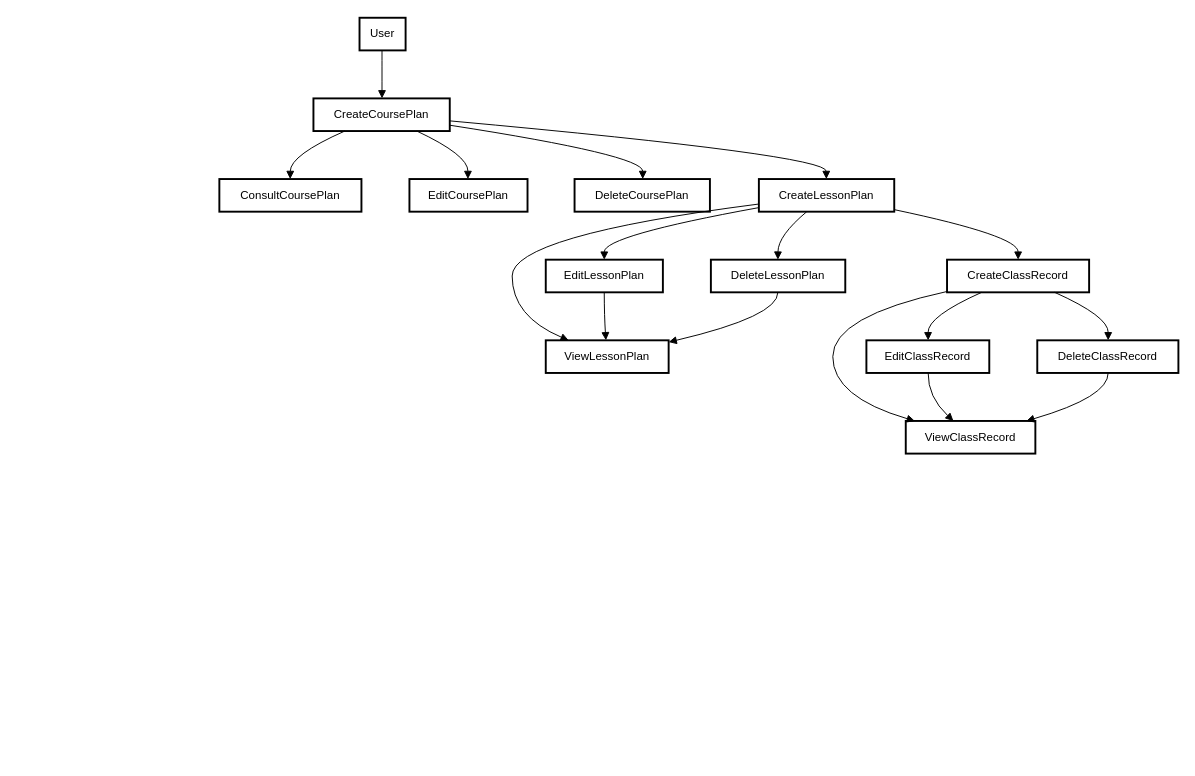
Before: casos de uso 2.drawio in DjalmaANeto/modelagem-planos-de-curso-aula, a draw.io diagram. Source tidied: cells renumbered, new cells numbered last; positions are measured from the earlier drawing's top-left corner, leaving out a move shared by most shapes. Both pictures are drawn from the tidied source at 96%, with x=0, y=0 at pixel (219, 17).
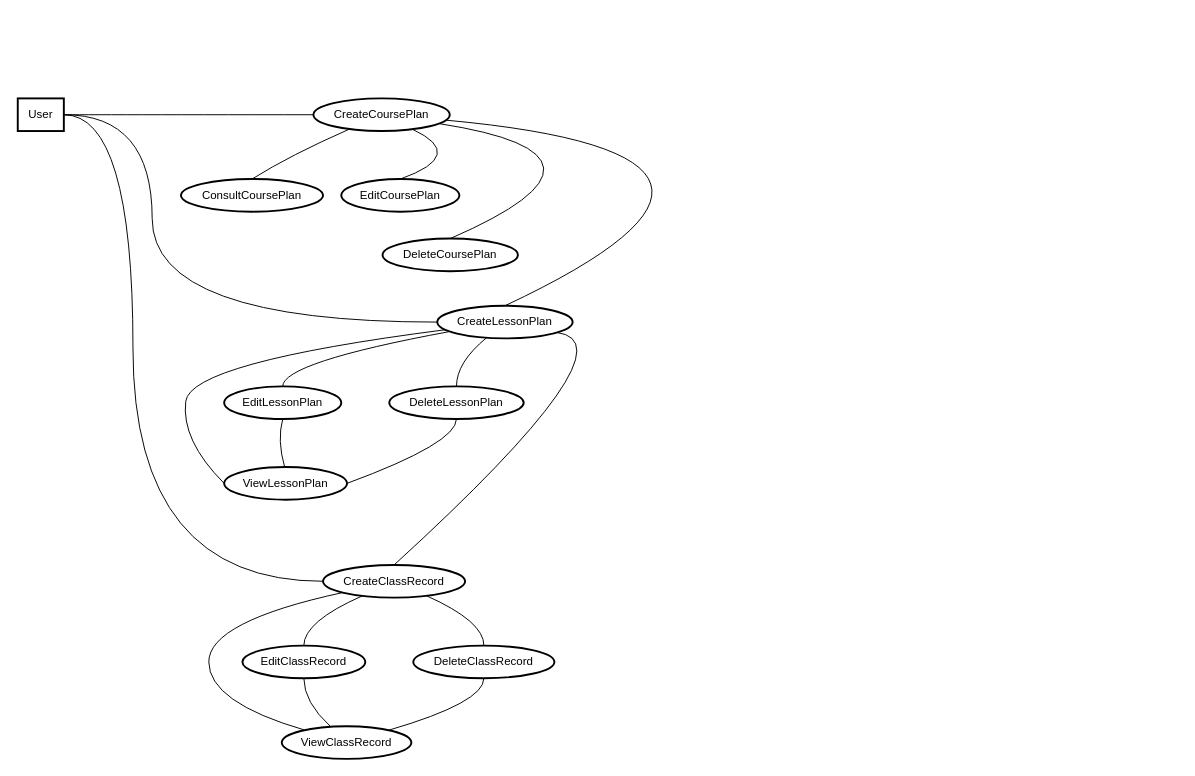
Above is the later version.

The edit, as a diff of the source:
```diff
@@
+    <mxCell id="31" style="edgeStyle=orthogonalEdgeStyle;rounded=0;jettySize=auto;html=1;entryX=0;entryY=0.5;entryDx=0;entryDy=0;curved=1;endArrow=none;endFill=0;" parent="1" edge="1" source="2" target="7">
+      <mxGeometry relative="1" as="geometry">
+        <Array as="points">
+          <mxPoint x="-70" y="101" />
+          <mxPoint x="-70" y="317" />
+        </Array>
+      </mxGeometry>
+    </mxCell>
+    <mxCell id="32" style="edgeStyle=orthogonalEdgeStyle;rounded=0;jettySize=auto;html=1;entryX=0;entryY=0.5;entryDx=0;entryDy=0;curved=1;endArrow=none;endFill=0;" parent="1" edge="1" source="2" target="11">
+      <mxGeometry relative="1" as="geometry">
+        <Array as="points">
+          <mxPoint x="-90" y="101" />
+          <mxPoint x="-90" y="587" />
+        </Array>
+      </mxGeometry>
+    </mxCell>
     <mxCell id="2" value="User" style="whiteSpace=wrap;strokeWidth=2;" parent="1" vertex="1">
-      <mxGeometry x="146" width="48" height="34" as="geometry" />
+      <mxGeometry x="-210" y="84" width="48" height="34" as="geometry" />
     </mxCell>
-    <mxCell id="3" value="CreateCoursePlan" style="whiteSpace=wrap;strokeWidth=2;" parent="1" vertex="1">
+    <mxCell id="3" value="CreateCoursePlan" style="ellipse;whiteSpace=wrap;html=1;rounded=0;strokeColor=default;strokeWidth=2;fontFamily=Helvetica;fontSize=12;fontColor=default;fillColor=default;" parent="1" vertex="1">
       <mxGeometry x="98" y="84" width="142" height="34" as="geometry" />
     </mxCell>
-    <mxCell id="4" value="ConsultCoursePlan" style="whiteSpace=wrap;strokeWidth=2;" parent="1" vertex="1">
-      <mxGeometry y="168" width="148" height="34" as="geometry" />
+    <mxCell id="4" value="ConsultCoursePlan" style="ellipse;whiteSpace=wrap;html=1;rounded=0;strokeColor=default;strokeWidth=2;fontFamily=Helvetica;fontSize=12;fontColor=default;fillColor=default;" parent="1" vertex="1">
+      <mxGeometry x="-40" y="168" width="148" height="34" as="geometry" />
     </mxCell>
-    <mxCell id="5" value="EditCoursePlan" style="whiteSpace=wrap;strokeWidth=2;" parent="1" vertex="1">
-      <mxGeometry x="198" y="168" width="123" height="34" as="geometry" />
+    <mxCell id="5" value="EditCoursePlan" style="ellipse;whiteSpace=wrap;html=1;rounded=0;strokeColor=default;strokeWidth=2;fontFamily=Helvetica;fontSize=12;fontColor=default;fillColor=default;" parent="1" vertex="1">
+      <mxGeometry x="127" y="168" width="123" height="34" as="geometry" />
     </mxCell>
-    <mxCell id="6" value="DeleteCoursePlan" style="whiteSpace=wrap;strokeWidth=2;" parent="1" vertex="1">
-      <mxGeometry x="370" y="168" width="141" height="34" as="geometry" />
+    <mxCell id="6" value="DeleteCoursePlan" style="ellipse;whiteSpace=wrap;html=1;rounded=0;strokeColor=default;strokeWidth=2;fontFamily=Helvetica;fontSize=12;fontColor=default;fillColor=default;" parent="1" vertex="1">
+      <mxGeometry x="170" y="230" width="141" height="34" as="geometry" />
     </mxCell>
-    <mxCell id="7" value="CreateLessonPlan" style="whiteSpace=wrap;strokeWidth=2;" parent="1" vertex="1">
-      <mxGeometry x="562" y="168" width="141" height="34" as="geometry" />
+    <mxCell id="7" value="CreateLessonPlan" style="ellipse;whiteSpace=wrap;html=1;rounded=0;strokeColor=default;strokeWidth=2;fontFamily=Helvetica;fontSize=12;fontColor=default;fillColor=default;" parent="1" vertex="1">
+      <mxGeometry x="227" y="300" width="141" height="34" as="geometry" />
     </mxCell>
-    <mxCell id="8" value="ViewLessonPlan" style="whiteSpace=wrap;strokeWidth=2;" parent="1" vertex="1">
-      <mxGeometry x="340" y="336" width="128" height="34" as="geometry" />
+    <mxCell id="8" value="ViewLessonPlan" style="ellipse;whiteSpace=wrap;html=1;rounded=0;strokeColor=default;strokeWidth=2;fontFamily=Helvetica;fontSize=12;fontColor=default;fillColor=default;" parent="1" vertex="1">
+      <mxGeometry x="5" y="468" width="128" height="34" as="geometry" />
     </mxCell>
-    <mxCell id="9" value="EditLessonPlan" style="whiteSpace=wrap;strokeWidth=2;" parent="1" vertex="1">
-      <mxGeometry x="340" y="252" width="122" height="34" as="geometry" />
+    <mxCell id="9" value="EditLessonPlan" style="ellipse;whiteSpace=wrap;html=1;rounded=0;strokeColor=default;strokeWidth=2;fontFamily=Helvetica;fontSize=12;fontColor=default;fillColor=default;" parent="1" vertex="1">
+      <mxGeometry x="5" y="384" width="122" height="34" as="geometry" />
     </mxCell>
-    <mxCell id="10" value="DeleteLessonPlan" style="whiteSpace=wrap;strokeWidth=2;" parent="1" vertex="1">
-      <mxGeometry x="512" y="252" width="140" height="34" as="geometry" />
+    <mxCell id="10" value="DeleteLessonPlan" style="ellipse;whiteSpace=wrap;html=1;rounded=0;strokeColor=default;strokeWidth=2;fontFamily=Helvetica;fontSize=12;fontColor=default;fillColor=default;" parent="1" vertex="1">
+      <mxGeometry x="177" y="384" width="140" height="34" as="geometry" />
     </mxCell>
-    <mxCell id="11" value="CreateClassRecord" style="whiteSpace=wrap;strokeWidth=2;" parent="1" vertex="1">
-      <mxGeometry x="758" y="252" width="148" height="34" as="geometry" />
+    <mxCell id="11" value="CreateClassRecord" style="ellipse;whiteSpace=wrap;html=1;rounded=0;strokeColor=default;strokeWidth=2;fontFamily=Helvetica;fontSize=12;fontColor=default;fillColor=default;" parent="1" vertex="1">
+      <mxGeometry x="108" y="570" width="148" height="34" as="geometry" />
     </mxCell>
-    <mxCell id="12" value="ViewClassRecord" style="whiteSpace=wrap;strokeWidth=2;" parent="1" vertex="1">
-      <mxGeometry x="715" y="420" width="135" height="34" as="geometry" />
+    <mxCell id="12" value="ViewClassRecord" style="ellipse;whiteSpace=wrap;html=1;rounded=0;strokeColor=default;strokeWidth=2;fontFamily=Helvetica;fontSize=12;fontColor=default;fillColor=default;" parent="1" vertex="1">
+      <mxGeometry x="65" y="738" width="135" height="34" as="geometry" />
     </mxCell>
-    <mxCell id="13" value="EditClassRecord" style="whiteSpace=wrap;strokeWidth=2;" parent="1" vertex="1">
-      <mxGeometry x="674" y="336" width="128" height="34" as="geometry" />
+    <mxCell id="13" value="EditClassRecord" style="ellipse;whiteSpace=wrap;html=1;rounded=0;strokeColor=default;strokeWidth=2;fontFamily=Helvetica;fontSize=12;fontColor=default;fillColor=default;" parent="1" vertex="1">
+      <mxGeometry x="24" y="654" width="128" height="34" as="geometry" />
     </mxCell>
-    <mxCell id="14" value="DeleteClassRecord" style="whiteSpace=wrap;strokeWidth=2;" parent="1" vertex="1">
-      <mxGeometry x="852" y="336" width="147" height="34" as="geometry" />
+    <mxCell id="14" value="DeleteClassRecord" style="ellipse;whiteSpace=wrap;html=1;rounded=0;strokeColor=default;strokeWidth=2;fontFamily=Helvetica;fontSize=12;fontColor=default;fillColor=default;" parent="1" vertex="1">
+      <mxGeometry x="202" y="654" width="147" height="34" as="geometry" />
     </mxCell>
-    <mxCell id="15" style="curved=1;startArrow=none;endArrow=block;exitX=0.4878743489583333;exitY=1;entryX=0.5029434419014085;entryY=0;" parent="1" edge="1" source="2" target="3">
+    <mxCell id="15" style="curved=1;startArrow=none;endArrow=none;exitX=1;exitY=0.5;entryX=0;entryY=0.5;exitDx=0;exitDy=0;entryDx=0;entryDy=0;endFill=0;" parent="1" edge="1" source="2" target="3">
       <mxGeometry relative="1" as="geometry" />
     </mxCell>
-    <mxCell id="16" style="curved=1;startArrow=none;endArrow=block;exitX=0.2303148316985245;exitY=1;entryX=0.4984691722972973;entryY=0;" parent="1" edge="1" source="3" target="4">
+    <mxCell id="16" style="curved=1;startArrow=none;endArrow=none;exitX=0.2303148316985245;exitY=1;entryX=0.4984691722972973;entryY=0;endFill=0;" parent="1" edge="1" source="3" target="4">
       <mxGeometry relative="1" as="geometry">
         <Array as="points">
           <mxPoint x="74" y="143" />
         </Array>
       </mxGeometry>
     </mxCell>
-    <mxCell id="17" style="curved=1;startArrow=none;endArrow=block;exitX=0.7580797283702214;exitY=1;entryX=0.4953315548780488;entryY=0;" parent="1" edge="1" source="3" target="5">
+    <mxCell id="17" style="curved=1;startArrow=none;endArrow=none;exitX=0.7580797283702214;exitY=1;entryX=0.4953315548780488;entryY=0;endFill=0;" parent="1" edge="1" source="3" target="5">
       <mxGeometry relative="1" as="geometry">
         <Array as="points">
           <mxPoint x="259" y="143" />
         </Array>
       </mxGeometry>
     </mxCell>
-    <mxCell id="18" style="curved=1;startArrow=none;endArrow=block;exitX=1.004208846830986;exitY=0.8237430340111996;entryX=0.503656914893617;entryY=0;" parent="1" edge="1" source="3" target="6">
+    <mxCell id="18" style="curved=1;startArrow=none;endArrow=none;exitX=1.004208846830986;exitY=0.8237430340111996;entryX=0.503656914893617;entryY=0;endFill=0;" parent="1" edge="1" source="3" target="6">
       <mxGeometry relative="1" as="geometry">
         <Array as="points">
           <mxPoint x="441" y="143" />
         </Array>
       </mxGeometry>
     </mxCell>
-    <mxCell id="19" style="curved=1;startArrow=none;endArrow=block;exitX=1.004208846830986;exitY=0.6899570407244402;entryX=0.4985871010638298;entryY=0;" parent="1" edge="1" source="3" target="7">
+    <mxCell id="19" style="curved=1;startArrow=none;endArrow=none;exitX=1.004208846830986;exitY=0.6899570407244402;entryX=0.4985871010638298;entryY=0;endFill=0;" parent="1" edge="1" source="3" target="7">
       <mxGeometry relative="1" as="geometry">
         <Array as="points">
           <mxPoint x="632" y="143" />
         </Array>
       </mxGeometry>
     </mxCell>
-    <mxCell id="20" style="curved=1;startArrow=none;endArrow=block;exitX=-0.00193927304964539;exitY=0.7664826935185988;entryX=0.18677266438802098;entryY=0;" parent="1" edge="1" source="7" target="8">
+    <mxCell id="20" style="curved=1;startArrow=none;endArrow=none;exitX=-0.00193927304964539;exitY=0.7664826935185988;entryX=0;entryY=0.5;endFill=0;entryDx=0;entryDy=0;" parent="1" edge="1" source="7" target="8">
       <mxGeometry relative="1" as="geometry">
         <Array as="points">
-          <mxPoint x="305" y="227" />
-          <mxPoint x="305" y="311" />
+          <mxPoint x="-30" y="359" />
+          <mxPoint x="-40" y="440" />
         </Array>
       </mxGeometry>
     </mxCell>
-    <mxCell id="21" style="curved=1;startArrow=none;endArrow=block;exitX=-0.00193927304964539;exitY=0.8767873857009145;entryX=0.49937564036885246;entryY=0;" parent="1" edge="1" source="7" target="9">
+    <mxCell id="21" style="curved=1;startArrow=none;endArrow=none;exitX=-0.00193927304964539;exitY=0.8767873857009145;entryX=0.49937564036885246;entryY=0;endFill=0;" parent="1" edge="1" source="7" target="9">
       <mxGeometry relative="1" as="geometry">
         <Array as="points">
-          <mxPoint x="401" y="227" />
+          <mxPoint x="66" y="359" />
         </Array>
       </mxGeometry>
     </mxCell>
-    <mxCell id="22" style="curved=1;startArrow=none;endArrow=block;exitX=0.3536247915611279;exitY=1;entryX=0.4985909598214286;entryY=0;" parent="1" edge="1" source="7" target="10">
+    <mxCell id="22" style="curved=1;startArrow=none;endArrow=none;exitX=0.3536247915611279;exitY=1;entryX=0.4985909598214286;entryY=0;endFill=0;" parent="1" edge="1" source="7" target="10">
       <mxGeometry relative="1" as="geometry">
         <Array as="points">
-          <mxPoint x="582" y="227" />
+          <mxPoint x="247" y="359" />
         </Array>
       </mxGeometry>
     </mxCell>
-    <mxCell id="23" style="curved=1;startArrow=none;endArrow=block;exitX=0.49937564036885246;exitY=1;entryX=0.48962765648251505;entryY=0;" parent="1" edge="1" source="9" target="8">
+    <mxCell id="23" style="curved=1;startArrow=none;endArrow=none;exitX=0.49937564036885246;exitY=1;entryX=0.48962765648251505;entryY=0;endFill=0;" parent="1" edge="1" source="9" target="8">
       <mxGeometry relative="1" as="geometry">
         <Array as="points">
-          <mxPoint x="401" y="311" />
+          <mxPoint x="60" y="440" />
         </Array>
       </mxGeometry>
     </mxCell>
-    <mxCell id="24" style="curved=1;startArrow=none;endArrow=block;exitX=0.4985909598214286;exitY=1;entryX=1.0007171630859375;entryY=0.05410310678834328;" parent="1" edge="1" source="10" target="8">
+    <mxCell id="24" style="curved=1;startArrow=none;endArrow=none;exitX=0.4985909598214286;exitY=1;entryX=1;entryY=0.5;endFill=0;entryDx=0;entryDy=0;" parent="1" edge="1" source="10" target="8">
       <mxGeometry relative="1" as="geometry">
         <Array as="points">
-          <mxPoint x="582" y="311" />
+          <mxPoint x="247" y="443" />
         </Array>
       </mxGeometry>
     </mxCell>
-    <mxCell id="25" style="curved=1;startArrow=none;endArrow=block;exitX=0.999113475177305;exitY=0.9363854060874296;entryX=0.5005278716216216;entryY=0;" parent="1" edge="1" source="7" target="11">
+    <mxCell id="25" style="curved=1;startArrow=none;endArrow=none;exitX=0.999113475177305;exitY=0.9363854060874296;entryX=0.5005278716216216;entryY=0;endFill=0;" parent="1" edge="1" source="7" target="11">
       <mxGeometry relative="1" as="geometry">
         <Array as="points">
-          <mxPoint x="832" y="227" />
+          <mxPoint x="435" y="339" />
         </Array>
       </mxGeometry>
     </mxCell>
-    <mxCell id="26" style="curved=1;startArrow=none;endArrow=block;exitX=0.001346072635135135;exitY=0.9732968882665753;entryX=0.07069244653880055;entryY=0;" parent="1" edge="1" source="11" target="12">
+    <mxCell id="26" style="curved=1;startArrow=none;endArrow=none;exitX=0.001346072635135135;exitY=0.9732968882665753;entryX=0.07069244653880055;entryY=0;endFill=0;" parent="1" edge="1" source="11" target="12">
       <mxGeometry relative="1" as="geometry">
         <Array as="points">
-          <mxPoint x="639" y="311" />
-          <mxPoint x="639" y="395" />
+          <mxPoint x="-11" y="629" />
+          <mxPoint x="-11" y="713" />
         </Array>
       </mxGeometry>
     </mxCell>
-    <mxCell id="27" style="curved=1;startArrow=none;endArrow=block;exitX=0.24414910865106157;exitY=1;entryX=0.5026092529296875;entryY=0;" parent="1" edge="1" source="11" target="13">
+    <mxCell id="27" style="curved=1;startArrow=none;endArrow=none;exitX=0.24414910865106157;exitY=1;entryX=0.5026092529296875;entryY=0;endFill=0;" parent="1" edge="1" source="11" target="13">
       <mxGeometry relative="1" as="geometry">
         <Array as="points">
-          <mxPoint x="738" y="311" />
+          <mxPoint x="88" y="629" />
         </Array>
       </mxGeometry>
     </mxCell>
-    <mxCell id="28" style="curved=1;startArrow=none;endArrow=block;exitX=0.7569066345921817;exitY=1;entryX=0.5021922831632653;entryY=0;" parent="1" edge="1" source="11" target="14">
+    <mxCell id="28" style="curved=1;startArrow=none;endArrow=none;exitX=0.7569066345921817;exitY=1;entryX=0.5021922831632653;entryY=0;endFill=0;" parent="1" edge="1" source="11" target="14">
       <mxGeometry relative="1" as="geometry">
         <Array as="points">
-          <mxPoint x="926" y="311" />
+          <mxPoint x="276" y="629" />
         </Array>
       </mxGeometry>
     </mxCell>
-    <mxCell id="29" style="curved=1;startArrow=none;endArrow=block;exitX=0.5026092529296875;exitY=1;entryX=0.3677520805776011;entryY=0;" parent="1" edge="1" source="13" target="12">
+    <mxCell id="29" style="curved=1;startArrow=none;endArrow=none;exitX=0.5026092529296875;exitY=1;entryX=0.3677520805776011;entryY=0;endFill=0;" parent="1" edge="1" source="13" target="12">
       <mxGeometry relative="1" as="geometry">
         <Array as="points">
-          <mxPoint x="738" y="395" />
+          <mxPoint x="88" y="713" />
         </Array>
       </mxGeometry>
     </mxCell>
-    <mxCell id="30" style="curved=1;startArrow=none;endArrow=block;exitX=0.5021922831632653;exitY=1;entryX=0.9298862571649031;entryY=0;" parent="1" edge="1" source="14" target="12">
+    <mxCell id="30" style="curved=1;startArrow=none;endArrow=none;exitX=0.5021922831632653;exitY=1;entryX=0.9298862571649031;entryY=0;endFill=0;" parent="1" edge="1" source="14" target="12">
       <mxGeometry relative="1" as="geometry">
         <Array as="points">
-          <mxPoint x="926" y="395" />
+          <mxPoint x="276" y="713" />
         </Array>
       </mxGeometry>
     </mxCell>
```
